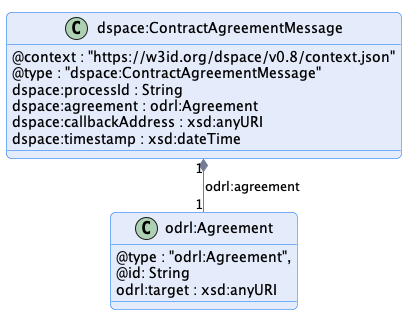
Above: negotiation/message/diagram/contract-agreement-message.png in International-Data-Spaces-Association/ids-specification (PlantUML), before the change.
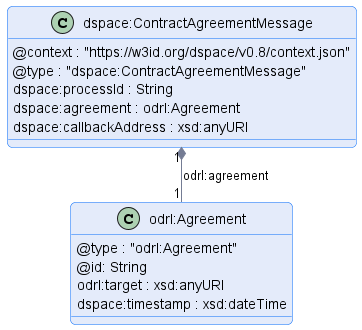
The same file after the commit.

What changed in the source:
```diff
@@ -12,13 +12,13 @@
     dspace:processId : String
     dspace:agreement : odrl:Agreement
     dspace:callbackAddress : xsd:anyURI
-    dspace:timestamp : xsd:dateTime
 }
 
 class odrl:Agreement {
-    @type : "odrl:Agreement",
+    @type : "odrl:Agreement"
     @id: String
     odrl:target : xsd:anyURI
+    dspace:timestamp : xsd:dateTime
 }
 
 "dspace:ContractAgreementMessage" "1" *-- "1" "odrl:Agreement" : "odrl:agreement"
```
